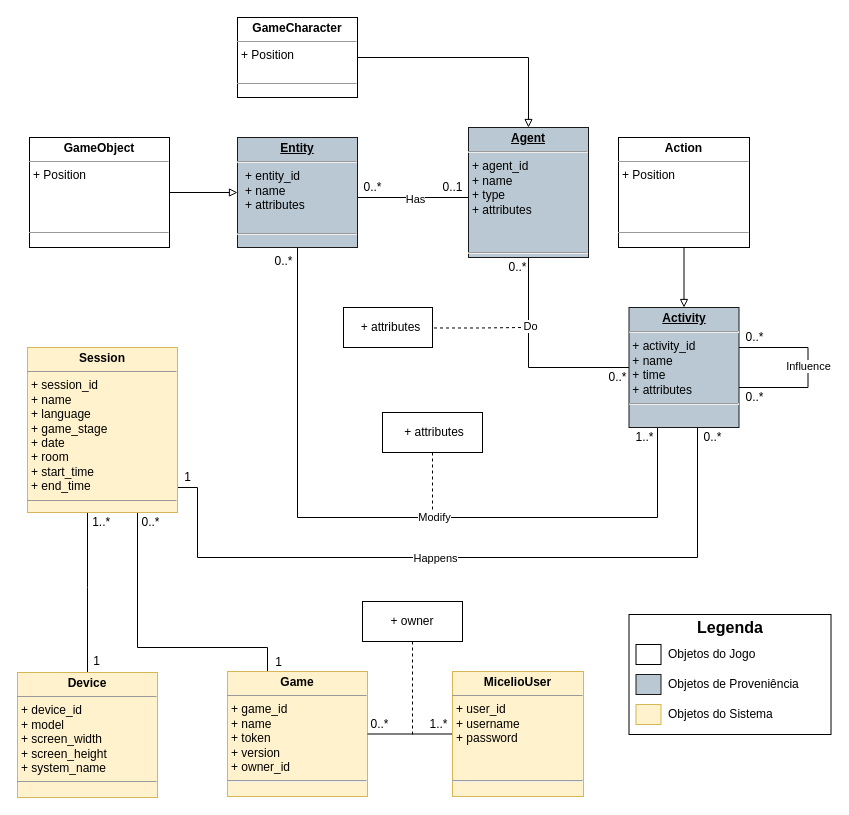
Before: page "WebAPI Class Model" (4 of 6) of Documentation/Diagramas/Modelo De Dados Proveniencia.drawio in multisens/micelio, a draw.io diagram. Source tidied: cells renumbered, new cells numbered last; positions are measured from the earlier drawing's top-left corner, leaving out a move shared by most shapes. Both pictures are drawn from the tidied source at 100%, with x=0, y=0 at pixel (17, 17).
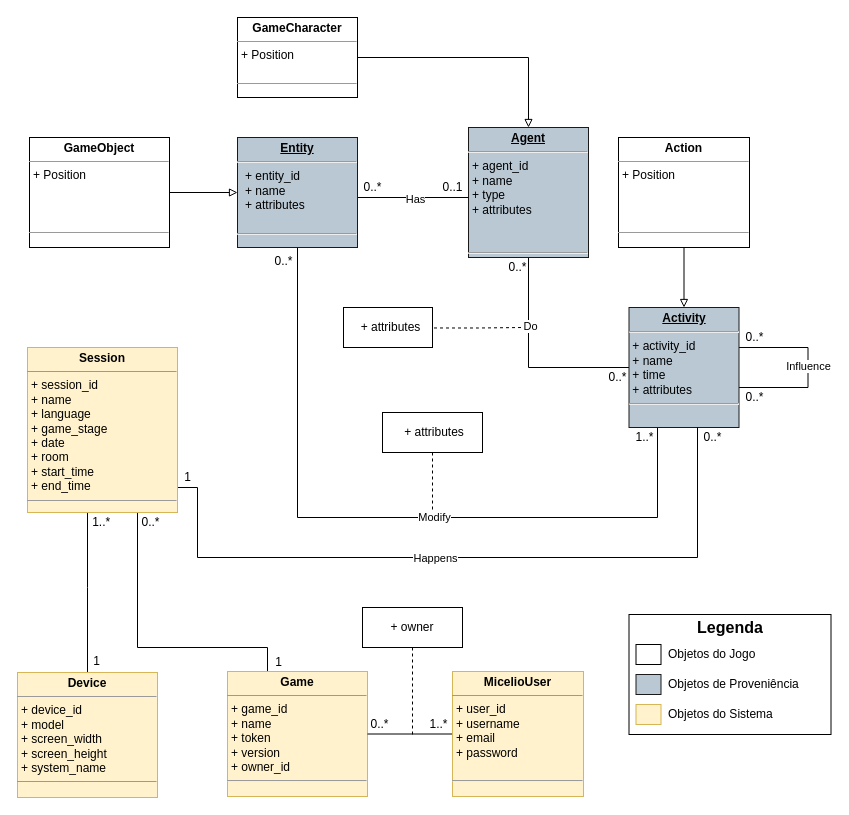
Above is the later version.

What changed in the source:
```diff
@@
-    <mxCell id="54" value="&lt;p style=&quot;margin: 0px ; margin-top: 4px ; text-align: center&quot;&gt;&lt;b&gt;MicelioUser&lt;/b&gt;&lt;/p&gt;&lt;hr size=&quot;1&quot;&gt;&lt;p style=&quot;margin: 0px ; margin-left: 4px&quot;&gt;+ user_id&lt;/p&gt;&lt;p style=&quot;margin: 0px ; margin-left: 4px&quot;&gt;+ username&lt;/p&gt;&lt;p style=&quot;margin: 0px ; margin-left: 4px&quot;&gt;+ password&lt;/p&gt;&lt;p style=&quot;margin: 0px ; margin-left: 4px&quot;&gt;&lt;br&gt;&lt;/p&gt;&lt;p style=&quot;margin: 0px ; margin-left: 4px&quot;&gt;&lt;span&gt;&lt;br&gt;&lt;/span&gt;&lt;/p&gt;&lt;hr&gt;" style="verticalAlign=top;align=left;overflow=fill;fontSize=12;fontFamily=Helvetica;html=1;strokeColor=#d6b656;fillColor=#fff2cc;" parent="1" vertex="1">
+    <mxCell id="54" value="&lt;p style=&quot;margin: 0px ; margin-top: 4px ; text-align: center&quot;&gt;&lt;b&gt;MicelioUser&lt;/b&gt;&lt;/p&gt;&lt;hr size=&quot;1&quot;&gt;&lt;p style=&quot;margin: 0px ; margin-left: 4px&quot;&gt;+ user_id&lt;/p&gt;&lt;p style=&quot;margin: 0px ; margin-left: 4px&quot;&gt;+ username&lt;/p&gt;&lt;p style=&quot;margin: 0px ; margin-left: 4px&quot;&gt;+ email&lt;/p&gt;&lt;p style=&quot;margin: 0px ; margin-left: 4px&quot;&gt;+ password&lt;/p&gt;&lt;p style=&quot;margin: 0px ; margin-left: 4px&quot;&gt;&lt;br&gt;&lt;/p&gt;&lt;hr&gt;" style="verticalAlign=top;align=left;overflow=fill;fontSize=12;fontFamily=Helvetica;html=1;strokeColor=#d6b656;fillColor=#fff2cc;" parent="1" vertex="1">
       <mxGeometry x="435" y="654" width="131" height="125" as="geometry" />
     </mxCell>
@@
     <mxCell id="57" value="+ owner" style="shape=umlLifeline;perimeter=lifelinePerimeter;whiteSpace=wrap;html=1;" parent="1" vertex="1">
-      <mxGeometry x="345" y="584" width="100" height="133" as="geometry" />
+      <mxGeometry x="345" y="590" width="100" height="127" as="geometry" />
     </mxCell>
```
